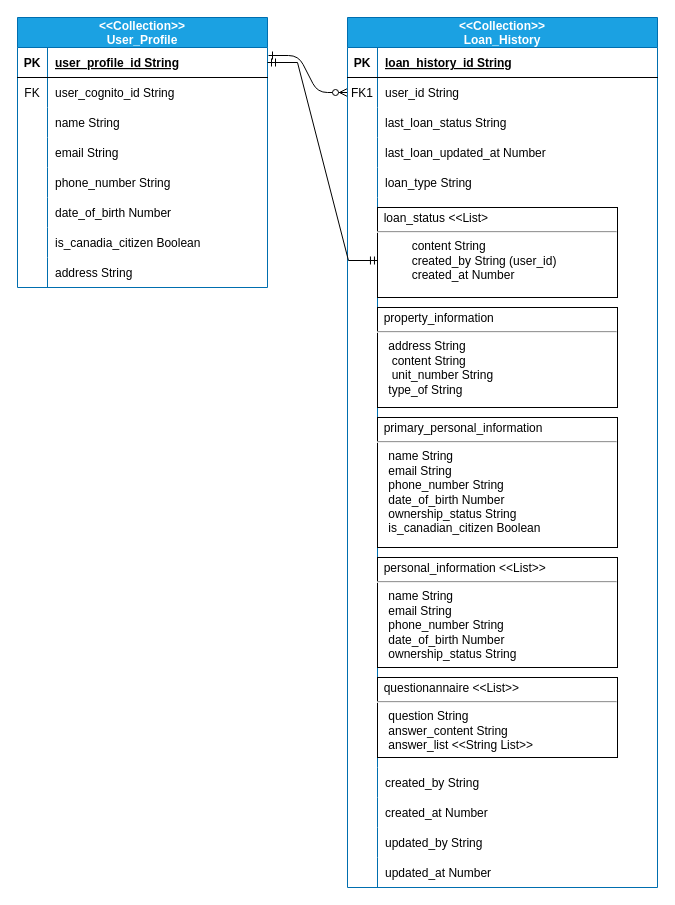
caprinak/caprinak keeps this draw.io diagram as page "Page-1" (1 of 2) of Untitled Diagram.drawio. Above is the earlier version. Source tidied: cells renumbered, new cells numbered last; positions are measured from the earlier drawing's top-left corner, leaving out a move shared by most shapes. Both pictures are drawn from the tidied source at 100%, with x=0, y=0 at pixel (17, 17).
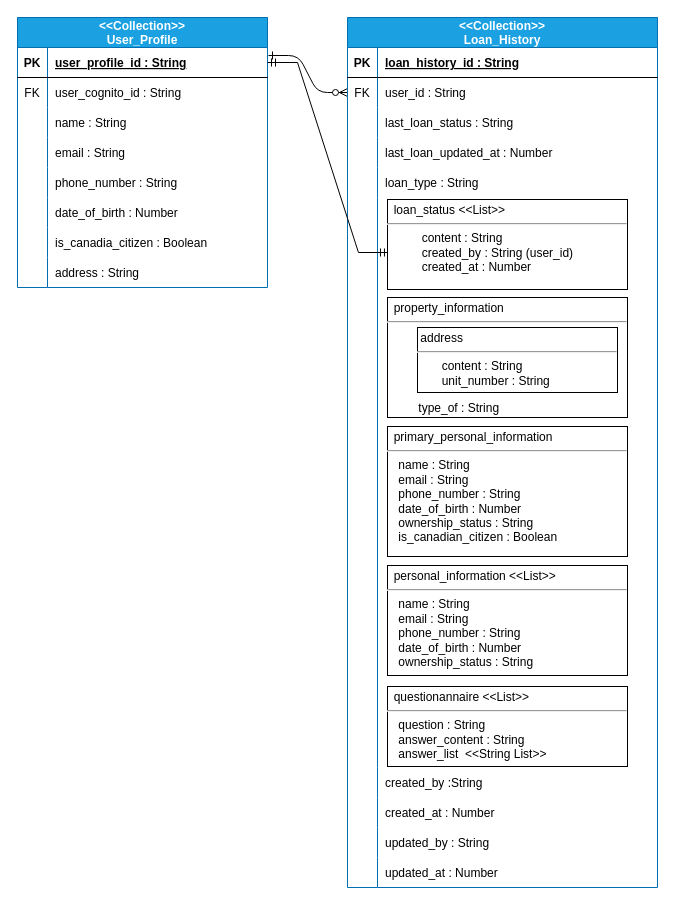
The same page after the edit.

Unchanged cells that the change refers to:
```xml
<mxCell id="4" style="shape=partialRectangle;fillColor=none;top=0;left=0;right=0;bottom=1;" parent="3" vertex="1">
  <mxGeometry y="30" width="310" height="30" as="geometry" />
</mxCell>
<mxCell id="7" style="shape=partialRectangle;fillColor=none;points=[[0,0.5],[1,0.5]];portConstraint=eastwest;top=0;left=0;right=0;bottom=0;" parent="3" vertex="1">
  <mxGeometry y="60" width="310" height="30" as="geometry" />
</mxCell>
<mxCell id="10" style="shape=partialRectangle;fillColor=none;top=0;left=0;right=0;bottom=0;" parent="3" vertex="1">
  <mxGeometry y="90" width="310" height="30" as="geometry" />
</mxCell>
<mxCell id="13" style="shape=partialRectangle;fillColor=none;top=0;left=0;right=0;bottom=0;" parent="3" vertex="1">
  <mxGeometry y="120" width="310" height="30" as="geometry" />
</mxCell>
<mxCell id="16" style="shape=partialRectangle;fillColor=none;top=0;left=0;right=0;bottom=0;" parent="3" vertex="1">
  <mxGeometry y="150" width="310" height="30" as="geometry" />
</mxCell>
<mxCell id="22" style="shape=partialRectangle;fillColor=none;top=0;left=0;right=0;bottom=0;" parent="3" vertex="1">
  <mxGeometry y="750" width="310" height="30" as="geometry" />
</mxCell>
<mxCell id="25" style="shape=partialRectangle;fillColor=none;top=0;left=0;right=0;bottom=0;" parent="3" vertex="1">
  <mxGeometry y="780" width="310" height="30" as="geometry" />
</mxCell>
<mxCell id="28" style="shape=partialRectangle;fillColor=none;top=0;left=0;right=0;bottom=0;" parent="3" vertex="1">
  <mxGeometry y="810" width="310" height="30" as="geometry" />
</mxCell>
<mxCell id="31" style="shape=partialRectangle;fillColor=none;top=0;left=0;right=0;bottom=0;" parent="3" vertex="1">
  <mxGeometry y="840" width="310" height="30" as="geometry" />
</mxCell>
<mxCell id="35" style="shape=partialRectangle;fillColor=none;points=[[0,0.5],[1,0.5]];portConstraint=eastwest;top=0;left=0;right=0;bottom=1;" parent="34" vertex="1">
  <mxGeometry y="30" width="250" height="30" as="geometry" />
</mxCell>
<mxCell id="38" style="shape=partialRectangle;fillColor=none;top=0;left=0;right=0;bottom=0;" parent="34" vertex="1">
  <mxGeometry y="60" width="250" height="30" as="geometry" />
</mxCell>
<mxCell id="41" style="shape=partialRectangle;fillColor=none;top=0;left=0;right=0;bottom=0;" parent="34" vertex="1">
  <mxGeometry y="90" width="250" height="30" as="geometry" />
</mxCell>
<mxCell id="44" style="shape=partialRectangle;fillColor=none;top=0;left=0;right=0;bottom=0;" parent="34" vertex="1">
  <mxGeometry y="120" width="250" height="30" as="geometry" />
</mxCell>
<mxCell id="47" style="shape=partialRectangle;fillColor=none;top=0;left=0;right=0;bottom=0;" parent="34" vertex="1">
  <mxGeometry y="150" width="250" height="30" as="geometry" />
</mxCell>
<mxCell id="50" style="shape=partialRectangle;fillColor=none;top=0;left=0;right=0;bottom=0;" parent="34" vertex="1">
  <mxGeometry y="180" width="250" height="30" as="geometry" />
</mxCell>
<mxCell id="53" style="shape=partialRectangle;fillColor=none;top=0;left=0;right=0;bottom=0;" parent="34" vertex="1">
  <mxGeometry y="210" width="250" height="30" as="geometry" />
</mxCell>
<mxCell id="56" style="shape=partialRectangle;fillColor=none;top=0;left=0;right=0;bottom=0;" parent="34" vertex="1">
  <mxGeometry y="240" width="250" height="30" as="geometry" />
</mxCell>
```

What changed in the source:
```diff
@@
-    <mxCell id="6" value="loan_history_id String" style="shape=partialRectangle;overflow=hidden;fillColor=none;top=0;left=0;bottom=0;right=0;align=left;spacingLeft=6;fontStyle=5;" parent="4" vertex="1">
+    <mxCell id="6" value="loan_history_id : String" style="shape=partialRectangle;overflow=hidden;fillColor=none;top=0;left=0;bottom=0;right=0;align=left;spacingLeft=6;fontStyle=5;" parent="4" vertex="1">
       <mxGeometry x="30" width="280" height="30" as="geometry" />
     </mxCell>
@@
-    <mxCell id="8" value="FK1" style="shape=partialRectangle;overflow=hidden;fillColor=none;top=0;left=0;bottom=0;right=0;" parent="7" vertex="1">
+    <mxCell id="8" value="FK" style="shape=partialRectangle;overflow=hidden;fillColor=none;top=0;left=0;bottom=0;right=0;" parent="7" vertex="1">
       <mxGeometry width="30" height="30" as="geometry" />
     </mxCell>
-    <mxCell id="9" value="user_id String" style="shape=partialRectangle;overflow=hidden;fillColor=none;top=0;left=0;bottom=0;right=0;align=left;spacingLeft=6;" parent="7" vertex="1">
+    <mxCell id="9" value="user_id : String" style="shape=partialRectangle;overflow=hidden;fillColor=none;top=0;left=0;bottom=0;right=0;align=left;spacingLeft=6;" parent="7" vertex="1">
       <mxGeometry x="30" width="280" height="30" as="geometry" />
     </mxCell>
@@
-    <mxCell id="12" value="last_loan_status String" style="shape=partialRectangle;overflow=hidden;fillColor=none;top=0;left=0;bottom=0;right=0;align=left;spacingLeft=6;" parent="10" vertex="1">
+    <mxCell id="12" value="last_loan_status : String" style="shape=partialRectangle;overflow=hidden;fillColor=none;top=0;left=0;bottom=0;right=0;align=left;spacingLeft=6;" parent="10" vertex="1">
       <mxGeometry x="30" width="280" height="30" as="geometry" />
     </mxCell>
@@
-    <mxCell id="15" value="last_loan_updated_at Number" style="shape=partialRectangle;overflow=hidden;fillColor=none;top=0;left=0;bottom=0;right=0;align=left;spacingLeft=6;" parent="13" vertex="1">
+    <mxCell id="15" value="last_loan_updated_at : Number" style="shape=partialRectangle;overflow=hidden;fillColor=none;top=0;left=0;bottom=0;right=0;align=left;spacingLeft=6;" parent="13" vertex="1">
       <mxGeometry x="30" width="280" height="30" as="geometry" />
     </mxCell>
@@
-    <mxCell id="18" value="loan_type String" style="shape=partialRectangle;overflow=hidden;fillColor=none;top=0;left=0;bottom=0;right=0;align=left;spacingLeft=6;" parent="16" vertex="1">
+    <mxCell id="18" value="loan_type : String" style="shape=partialRectangle;overflow=hidden;fillColor=none;top=0;left=0;bottom=0;right=0;align=left;spacingLeft=6;" parent="16" vertex="1">
       <mxGeometry x="30" width="280" height="30" as="geometry" />
     </mxCell>
@@
-    <mxCell id="24" value="created_by String" style="shape=partialRectangle;overflow=hidden;fillColor=none;top=0;left=0;bottom=0;right=0;align=left;spacingLeft=6;" parent="22" vertex="1">
+    <mxCell id="24" value="created_by :String" style="shape=partialRectangle;overflow=hidden;fillColor=none;top=0;left=0;bottom=0;right=0;align=left;spacingLeft=6;" parent="22" vertex="1">
       <mxGeometry x="30" width="280" height="30" as="geometry" />
     </mxCell>
@@
-    <mxCell id="27" value="created_at Number" style="shape=partialRectangle;overflow=hidden;fillColor=none;top=0;left=0;bottom=0;right=0;align=left;spacingLeft=6;" parent="25" vertex="1">
+    <mxCell id="27" value="created_at : Number" style="shape=partialRectangle;overflow=hidden;fillColor=none;top=0;left=0;bottom=0;right=0;align=left;spacingLeft=6;" parent="25" vertex="1">
       <mxGeometry x="30" width="280" height="30" as="geometry" />
     </mxCell>
@@
-    <mxCell id="30" value="updated_by String" style="shape=partialRectangle;overflow=hidden;fillColor=none;top=0;left=0;bottom=0;right=0;align=left;spacingLeft=6;" parent="28" vertex="1">
+    <mxCell id="30" value="updated_by : String" style="shape=partialRectangle;overflow=hidden;fillColor=none;top=0;left=0;bottom=0;right=0;align=left;spacingLeft=6;" parent="28" vertex="1">
       <mxGeometry x="30" width="280" height="30" as="geometry" />
     </mxCell>
@@
-    <mxCell id="33" value="updated_at Number" style="shape=partialRectangle;overflow=hidden;fillColor=none;top=0;left=0;bottom=0;right=0;align=left;spacingLeft=6;" parent="31" vertex="1">
+    <mxCell id="33" value="updated_at : Number" style="shape=partialRectangle;overflow=hidden;fillColor=none;top=0;left=0;bottom=0;right=0;align=left;spacingLeft=6;" parent="31" vertex="1">
       <mxGeometry x="30" width="280" height="30" as="geometry" />
     </mxCell>
@@
-    <mxCell id="37" value="user_profile_id String" style="shape=partialRectangle;overflow=hidden;fillColor=none;top=0;left=0;bottom=0;right=0;align=left;spacingLeft=6;fontStyle=5;" parent="35" vertex="1">
+    <mxCell id="37" value="user_profile_id : String" style="shape=partialRectangle;overflow=hidden;fillColor=none;top=0;left=0;bottom=0;right=0;align=left;spacingLeft=6;fontStyle=5;" parent="35" vertex="1">
       <mxGeometry x="30" width="220" height="30" as="geometry" />
     </mxCell>
@@
-    <mxCell id="40" value="user_cognito_id String" style="shape=partialRectangle;overflow=hidden;fillColor=none;top=0;left=0;bottom=0;right=0;align=left;spacingLeft=6;" parent="38" vertex="1">
+    <mxCell id="40" value="user_cognito_id : String" style="shape=partialRectangle;overflow=hidden;fillColor=none;top=0;left=0;bottom=0;right=0;align=left;spacingLeft=6;" parent="38" vertex="1">
       <mxGeometry x="30" width="220" height="30" as="geometry" />
     </mxCell>
@@
-    <mxCell id="43" value="name String" style="shape=partialRectangle;overflow=hidden;fillColor=none;top=0;left=0;bottom=0;right=0;align=left;spacingLeft=6;" parent="41" vertex="1">
+    <mxCell id="43" value="name : String" style="shape=partialRectangle;overflow=hidden;fillColor=none;top=0;left=0;bottom=0;right=0;align=left;spacingLeft=6;" parent="41" vertex="1">
       <mxGeometry x="30" width="220" height="30" as="geometry" />
     </mxCell>
@@
-    <mxCell id="46" value="email String" style="shape=partialRectangle;overflow=hidden;fillColor=none;top=0;left=0;bottom=0;right=0;align=left;spacingLeft=6;" parent="44" vertex="1">
+    <mxCell id="46" value="email : String" style="shape=partialRectangle;overflow=hidden;fillColor=none;top=0;left=0;bottom=0;right=0;align=left;spacingLeft=6;" parent="44" vertex="1">
       <mxGeometry x="30" width="220" height="30" as="geometry" />
     </mxCell>
@@
-    <mxCell id="49" value="phone_number String" style="shape=partialRectangle;overflow=hidden;fillColor=none;top=0;left=0;bottom=0;right=0;align=left;spacingLeft=6;" parent="47" vertex="1">
+    <mxCell id="49" value="phone_number : String" style="shape=partialRectangle;overflow=hidden;fillColor=none;top=0;left=0;bottom=0;right=0;align=left;spacingLeft=6;" parent="47" vertex="1">
       <mxGeometry x="30" width="220" height="30" as="geometry" />
     </mxCell>
@@
-    <mxCell id="52" value="date_of_birth Number" style="shape=partialRectangle;overflow=hidden;fillColor=none;top=0;left=0;bottom=0;right=0;align=left;spacingLeft=6;" parent="50" vertex="1">
+    <mxCell id="52" value="date_of_birth : Number" style="shape=partialRectangle;overflow=hidden;fillColor=none;top=0;left=0;bottom=0;right=0;align=left;spacingLeft=6;" parent="50" vertex="1">
       <mxGeometry x="30" width="220" height="30" as="geometry" />
     </mxCell>
@@
-    <mxCell id="55" value="is_canadia_citizen Boolean" style="shape=partialRectangle;overflow=hidden;fillColor=none;top=0;left=0;bottom=0;right=0;align=left;spacingLeft=6;" parent="53" vertex="1">
+    <mxCell id="55" value="is_canadia_citizen : Boolean" style="shape=partialRectangle;overflow=hidden;fillColor=none;top=0;left=0;bottom=0;right=0;align=left;spacingLeft=6;" parent="53" vertex="1">
       <mxGeometry x="30" width="220" height="30" as="geometry" />
     </mxCell>
@@
-    <mxCell id="58" value="address String" style="shape=partialRectangle;overflow=hidden;fillColor=none;top=0;left=0;bottom=0;right=0;align=left;spacingLeft=6;" parent="56" vertex="1">
+    <mxCell id="58" value="address : String" style="shape=partialRectangle;overflow=hidden;fillColor=none;top=0;left=0;bottom=0;right=0;align=left;spacingLeft=6;" parent="56" vertex="1">
       <mxGeometry x="30" width="220" height="30" as="geometry" />
     </mxCell>
@@
-    <mxCell id="60" value="&lt;p style=&quot;margin: 4px 0px 0px&quot;&gt;&amp;nbsp; loan_status &amp;lt;&amp;lt;List&amp;gt;&lt;/p&gt;&lt;hr&gt;&lt;p style=&quot;margin: 0px ; margin-left: 8px&quot;&gt;&amp;nbsp; &amp;nbsp; &amp;nbsp; &amp;nbsp; content String&lt;br&gt;&amp;nbsp; &amp;nbsp; &amp;nbsp; &amp;nbsp; created_by String (user_id)&lt;br&gt;&amp;nbsp; &amp;nbsp; &amp;nbsp; &amp;nbsp; created_at Number&lt;/p&gt;" style="verticalAlign=top;align=left;overflow=fill;fontSize=12;fontFamily=Helvetica;html=1;" parent="1" vertex="1">
-      <mxGeometry x="360" y="190" width="240" height="90" as="geometry" />
+    <mxCell id="60" value="&lt;p style=&quot;margin: 4px 0px 0px&quot;&gt;&amp;nbsp; loan_status &amp;lt;&amp;lt;List&amp;gt;&amp;gt;&lt;/p&gt;&lt;hr&gt;&lt;p style=&quot;margin: 0px ; margin-left: 8px&quot;&gt;&amp;nbsp; &amp;nbsp; &amp;nbsp; &amp;nbsp; content : String&lt;br&gt;&amp;nbsp; &amp;nbsp; &amp;nbsp; &amp;nbsp; created_by : String (user_id)&lt;br&gt;&amp;nbsp; &amp;nbsp; &amp;nbsp; &amp;nbsp; created_at : Number&lt;/p&gt;" style="verticalAlign=top;align=left;overflow=fill;fontSize=12;fontFamily=Helvetica;html=1;" parent="1" vertex="1">
+      <mxGeometry x="370" y="182" width="240" height="90" as="geometry" />
     </mxCell>
-    <mxCell id="61" value="&lt;p style=&quot;margin: 4px 0px 0px&quot;&gt;&amp;nbsp; property_information&lt;/p&gt;&lt;hr&gt;&lt;p style=&quot;margin: 0px ; margin-left: 8px&quot;&gt;&lt;span style=&quot;white-space: pre&quot;&gt; &lt;/span&gt;address String&lt;br&gt;&lt;span style=&quot;white-space: pre&quot;&gt; &lt;span style=&quot;white-space: pre&quot;&gt; &lt;/span&gt;&lt;/span&gt;content String&lt;/p&gt;&lt;p style=&quot;margin: 0px ; margin-left: 8px&quot;&gt;&lt;span style=&quot;white-space: pre&quot;&gt; &lt;/span&gt;&lt;span style=&quot;white-space: pre&quot;&gt; &lt;/span&gt;unit_number String&lt;br&gt;&lt;span style=&quot;white-space: pre&quot;&gt; &lt;/span&gt;type_of String&lt;/p&gt;" style="verticalAlign=top;align=left;overflow=fill;fontSize=12;fontFamily=Helvetica;html=1;" parent="1" vertex="1">
-      <mxGeometry x="360" y="290" width="240" height="100" as="geometry" />
+    <mxCell id="61" value="&lt;p style=&quot;margin: 4px 0px 0px&quot;&gt;&amp;nbsp; property_information&lt;/p&gt;&lt;hr&gt;&lt;p style=&quot;margin: 0px ; margin-left: 8px&quot;&gt;&lt;span style=&quot;white-space: pre&quot;&gt; &lt;/span&gt;&lt;/p&gt;&lt;p style=&quot;margin: 0px ; margin-left: 8px&quot;&gt;&lt;br&gt;&lt;/p&gt;&lt;p style=&quot;margin: 0px ; margin-left: 8px&quot;&gt;&lt;span style=&quot;white-space: pre&quot;&gt; &lt;/span&gt;&lt;/p&gt;&lt;p style=&quot;margin: 0px ; margin-left: 8px&quot;&gt;&lt;br&gt;&lt;/p&gt;&lt;p style=&quot;margin: 0px ; margin-left: 8px&quot;&gt;&lt;span&gt;&amp;nbsp; &amp;nbsp; &amp;nbsp;&amp;nbsp;&lt;/span&gt;&lt;/p&gt;&lt;p style=&quot;margin: 0px ; margin-left: 8px&quot;&gt;&lt;span&gt;&amp;nbsp; &amp;nbsp; &amp;nbsp; &amp;nbsp;type_of : String&lt;/span&gt;&lt;/p&gt;&lt;p style=&quot;margin: 0px ; margin-left: 8px&quot;&gt;&lt;span&gt;&lt;br&gt;&lt;/span&gt;&lt;/p&gt;&lt;p style=&quot;margin: 0px ; margin-left: 8px&quot;&gt;&lt;/p&gt;&lt;p style=&quot;margin: 0px ; margin-left: 8px&quot;&gt;&lt;/p&gt;&lt;p style=&quot;margin: 0px ; margin-left: 8px&quot;&gt;&lt;/p&gt;" style="verticalAlign=top;align=left;overflow=fill;fontSize=12;fontFamily=Helvetica;html=1;" parent="1" vertex="1">
+      <mxGeometry x="370" y="280" width="240" height="120" as="geometry" />
     </mxCell>
-    <mxCell id="62" value="&lt;p style=&quot;margin: 4px 0px 0px&quot;&gt;&amp;nbsp; primary_personal_information&lt;/p&gt;&lt;hr&gt;&lt;p style=&quot;margin: 0px ; margin-left: 8px&quot;&gt;&lt;span style=&quot;white-space: pre&quot;&gt; &lt;/span&gt;name String&lt;br&gt;&lt;span style=&quot;white-space: pre&quot;&gt; &lt;/span&gt;&lt;span style=&quot;white-space: pre&quot;&gt;email &lt;/span&gt;String&lt;/p&gt;&lt;p style=&quot;margin: 0px ; margin-left: 8px&quot;&gt;&lt;span style=&quot;white-space: pre&quot;&gt; &lt;/span&gt;phone_number String&lt;br&gt;&lt;span style=&quot;white-space: pre&quot;&gt; &lt;/span&gt;date_of_birth Number&lt;/p&gt;&lt;p style=&quot;margin: 0px ; margin-left: 8px&quot;&gt;&lt;span style=&quot;white-space: pre&quot;&gt; &lt;/span&gt;ownership_status String&lt;br&gt;&lt;/p&gt;&lt;p style=&quot;margin: 0px ; margin-left: 8px&quot;&gt;&lt;span style=&quot;white-space: pre&quot;&gt; &lt;/span&gt;is_canadian_citizen Boolean&lt;br&gt;&lt;/p&gt;" style="verticalAlign=top;align=left;overflow=fill;fontSize=12;fontFamily=Helvetica;html=1;" parent="1" vertex="1">
-      <mxGeometry x="360" y="400" width="240" height="130" as="geometry" />
+    <mxCell id="62" value="&lt;p style=&quot;margin: 4px 0px 0px&quot;&gt;&amp;nbsp; primary_personal_information&lt;/p&gt;&lt;hr&gt;&lt;p style=&quot;margin: 0px ; margin-left: 8px&quot;&gt;&lt;span style=&quot;white-space: pre&quot;&gt; &lt;/span&gt;name : String&lt;br&gt;&lt;span style=&quot;white-space: pre&quot;&gt; &lt;/span&gt;&lt;span style=&quot;white-space: pre&quot;&gt;email : &lt;/span&gt;String&lt;/p&gt;&lt;p style=&quot;margin: 0px ; margin-left: 8px&quot;&gt;&lt;span style=&quot;white-space: pre&quot;&gt; &lt;/span&gt;phone_number : String&lt;br&gt;&lt;span style=&quot;white-space: pre&quot;&gt; &lt;/span&gt;date_of_birth : Number&lt;/p&gt;&lt;p style=&quot;margin: 0px ; margin-left: 8px&quot;&gt;&lt;span style=&quot;white-space: pre&quot;&gt; &lt;/span&gt;ownership_status : String&lt;br&gt;&lt;/p&gt;&lt;p style=&quot;margin: 0px ; margin-left: 8px&quot;&gt;&lt;span style=&quot;white-space: pre&quot;&gt; &lt;/span&gt;is_canadian_citizen : Boolean&lt;br&gt;&lt;/p&gt;" style="verticalAlign=top;align=left;overflow=fill;fontSize=12;fontFamily=Helvetica;html=1;" parent="1" vertex="1">
+      <mxGeometry x="370" y="409" width="240" height="130" as="geometry" />
     </mxCell>
-    <mxCell id="63" value="&lt;p style=&quot;margin: 4px 0px 0px&quot;&gt;&amp;nbsp; personal_information &amp;lt;&amp;lt;List&amp;gt;&amp;gt;&lt;/p&gt;&lt;hr&gt;&lt;p style=&quot;margin: 0px ; margin-left: 8px&quot;&gt;&lt;span style=&quot;white-space: pre&quot;&gt; &lt;/span&gt;name String&lt;br&gt;&lt;span style=&quot;white-space: pre&quot;&gt; &lt;/span&gt;&lt;span style=&quot;white-space: pre&quot;&gt;email &lt;/span&gt;String&lt;/p&gt;&lt;p style=&quot;margin: 0px ; margin-left: 8px&quot;&gt;&lt;span style=&quot;white-space: pre&quot;&gt; &lt;/span&gt;phone_number String&lt;br&gt;&lt;span style=&quot;white-space: pre&quot;&gt; &lt;/span&gt;date_of_birth Number&lt;/p&gt;&lt;p style=&quot;margin: 0px ; margin-left: 8px&quot;&gt;&lt;span style=&quot;white-space: pre&quot;&gt; &lt;/span&gt;ownership_status String&lt;br&gt;&lt;/p&gt;&lt;p style=&quot;margin: 0px ; margin-left: 8px&quot;&gt;&lt;span style=&quot;white-space: pre&quot;&gt; &lt;/span&gt;&lt;br&gt;&lt;/p&gt;" style="verticalAlign=top;align=left;overflow=fill;fontSize=12;fontFamily=Helvetica;html=1;" parent="1" vertex="1">
-      <mxGeometry x="360" y="540" width="240" height="110" as="geometry" />
+    <mxCell id="63" value="&lt;p style=&quot;margin: 4px 0px 0px&quot;&gt;&amp;nbsp; personal_information &amp;lt;&amp;lt;List&amp;gt;&amp;gt;&lt;/p&gt;&lt;hr&gt;&lt;p style=&quot;margin: 0px ; margin-left: 8px&quot;&gt;&lt;span style=&quot;white-space: pre&quot;&gt; &lt;/span&gt;name : String&lt;br&gt;&lt;span style=&quot;white-space: pre&quot;&gt; &lt;/span&gt;&lt;span style=&quot;white-space: pre&quot;&gt;email : &lt;/span&gt;String&lt;/p&gt;&lt;p style=&quot;margin: 0px ; margin-left: 8px&quot;&gt;&lt;span style=&quot;white-space: pre&quot;&gt; &lt;/span&gt;phone_number : String&lt;br&gt;&lt;span style=&quot;white-space: pre&quot;&gt; &lt;/span&gt;date_of_birth : Number&lt;/p&gt;&lt;p style=&quot;margin: 0px ; margin-left: 8px&quot;&gt;&lt;span style=&quot;white-space: pre&quot;&gt; &lt;/span&gt;ownership_status : String&lt;br&gt;&lt;/p&gt;&lt;p style=&quot;margin: 0px ; margin-left: 8px&quot;&gt;&lt;span style=&quot;white-space: pre&quot;&gt; &lt;/span&gt;&lt;br&gt;&lt;/p&gt;" style="verticalAlign=top;align=left;overflow=fill;fontSize=12;fontFamily=Helvetica;html=1;" parent="1" vertex="1">
+      <mxGeometry x="370" y="548" width="240" height="110" as="geometry" />
     </mxCell>
-    <mxCell id="64" value="&lt;p style=&quot;margin: 4px 0px 0px&quot;&gt;&amp;nbsp; questionannaire &amp;lt;&amp;lt;List&amp;gt;&amp;gt;&lt;/p&gt;&lt;hr&gt;&lt;p style=&quot;margin: 0px ; margin-left: 8px&quot;&gt;&lt;span style=&quot;white-space: pre&quot;&gt; &lt;/span&gt;question String&lt;br&gt;&lt;span style=&quot;white-space: pre&quot;&gt; &lt;/span&gt;&lt;span style=&quot;white-space: pre&quot;&gt;answer_content &lt;/span&gt;String&lt;/p&gt;&lt;p style=&quot;margin: 0px ; margin-left: 8px&quot;&gt;&lt;span style=&quot;white-space: pre&quot;&gt; &lt;/span&gt;answer_list &amp;lt;&amp;lt;String List&amp;gt;&amp;gt;&lt;br&gt;&lt;span style=&quot;white-space: pre&quot;&gt; &lt;/span&gt;&lt;/p&gt;&lt;p style=&quot;margin: 0px ; margin-left: 8px&quot;&gt;&lt;span style=&quot;white-space: pre&quot;&gt; &lt;/span&gt;&lt;br&gt;&lt;/p&gt;" style="verticalAlign=top;align=left;overflow=fill;fontSize=12;fontFamily=Helvetica;html=1;" parent="1" vertex="1">
-      <mxGeometry x="360" y="660" width="240" height="80" as="geometry" />
+    <mxCell id="64" value="&lt;p style=&quot;margin: 4px 0px 0px&quot;&gt;&amp;nbsp; questionannaire &amp;lt;&amp;lt;List&amp;gt;&amp;gt;&lt;/p&gt;&lt;hr&gt;&lt;p style=&quot;margin: 0px ; margin-left: 8px&quot;&gt;&lt;span style=&quot;white-space: pre&quot;&gt; &lt;/span&gt;question : String&lt;br&gt;&lt;span style=&quot;white-space: pre&quot;&gt; &lt;/span&gt;&lt;span style=&quot;white-space: pre&quot;&gt;answer_content : &lt;/span&gt;String&lt;/p&gt;&lt;p style=&quot;margin: 0px ; margin-left: 8px&quot;&gt;&lt;span style=&quot;white-space: pre&quot;&gt; &lt;/span&gt;answer_list&amp;nbsp; &amp;lt;&amp;lt;String List&amp;gt;&amp;gt;&lt;br&gt;&lt;span style=&quot;white-space: pre&quot;&gt; &lt;/span&gt;&lt;/p&gt;&lt;p style=&quot;margin: 0px ; margin-left: 8px&quot;&gt;&lt;span style=&quot;white-space: pre&quot;&gt; &lt;/span&gt;&lt;br&gt;&lt;/p&gt;" style="verticalAlign=top;align=left;overflow=fill;fontSize=12;fontFamily=Helvetica;html=1;" parent="1" vertex="1">
+      <mxGeometry x="370" y="669" width="240" height="80" as="geometry" />
     </mxCell>
+    <mxCell id="65" value="&lt;p style=&quot;margin: 4px 0px 0px&quot;&gt;&lt;/p&gt;&amp;nbsp;address&lt;hr&gt;&lt;p style=&quot;margin: 0px ; margin-left: 8px&quot;&gt;&amp;nbsp; &amp;nbsp; &amp;nbsp;content : String&lt;/p&gt;&lt;p style=&quot;margin: 0px ; margin-left: 8px&quot;&gt;&lt;span&gt;&lt;/span&gt;&lt;span&gt;&lt;/span&gt;&amp;nbsp; &amp;nbsp; &amp;nbsp;unit_number : String&lt;br&gt;&lt;/p&gt;" style="verticalAlign=top;align=left;overflow=fill;fontSize=12;fontFamily=Helvetica;html=1;" parent="1" vertex="1">
+      <mxGeometry x="400" y="310" width="200" height="65" as="geometry" />
+    </mxCell>
```
